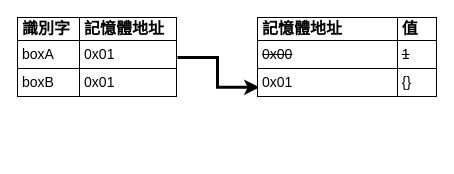
The draw.io diagram source/_drafts/iron-2020-new/draw/2-3-declare-2-4.drawio in shawnlin0201/shawnlin0201.github.io, before the edit. Source tidied: cells renumbered, new cells numbered last; positions are measured from the earlier drawing's top-left corner, leaving out a move shared by most shapes. Both pictures are drawn from the tidied source at 100%, with x=0, y=0 at pixel (17, 17).
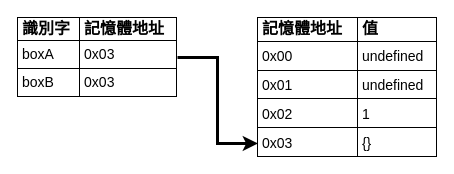
Above is the later version.

What changed in the source:
```diff
@@
 <mxGraphModel>
   <root>
     <mxCell id="0" />
     <mxCell id="1" parent="0" />
-    <mxCell id="2" style="edgeStyle=orthogonalEdgeStyle;rounded=0;jettySize=auto;html=1;exitX=1;exitY=0.5;exitDx=0;exitDy=0;strokeWidth=3;entryX=0.011;entryY=0.873;entryDx=0;entryDy=0;entryPerimeter=0;" parent="1" edge="1" source="3" target="4">
+    <mxCell id="2" style="edgeStyle=orthogonalEdgeStyle;rounded=0;jettySize=auto;html=1;exitX=1;exitY=0.5;exitDx=0;exitDy=0;entryX=0.003;entryY=0.9;entryDx=0;entryDy=0;strokeWidth=3;entryPerimeter=0;" parent="1" edge="1" source="3" target="4">
       <mxGeometry relative="1" as="geometry" />
     </mxCell>
-    <mxCell id="3" value="&lt;table cellpadding=&quot;4&quot; cellspacing=&quot;0&quot; style=&quot;width: 100% ; height: 100% ; border: 1px solid rgb(0 , 0 , 0) ; border-collapse: collapse ; font-size: 14px ; background-color: rgb(255 , 255 , 255)&quot; border=&quot;1&quot;&gt;&lt;tbody&gt;&lt;tr style=&quot;line-height: 90%&quot;&gt;&lt;th&gt;&lt;font style=&quot;font-size: 16px&quot; color=&quot;#000000&quot;&gt;識別字&lt;/font&gt;&lt;/th&gt;&lt;th&gt;&lt;font style=&quot;font-size: 16px&quot; color=&quot;#000000&quot;&gt;記憶體地址&lt;/font&gt;&lt;/th&gt;&lt;/tr&gt;&lt;tr&gt;&lt;td&gt;&lt;font style=&quot;font-size: 14px&quot; color=&quot;#000000&quot;&gt;boxA&lt;/font&gt;&lt;/td&gt;&lt;td&gt;&lt;font style=&quot;font-size: 14px&quot; color=&quot;#000000&quot;&gt;0x01&lt;/font&gt;&lt;/td&gt;&lt;/tr&gt;&lt;tr&gt;&lt;td&gt;&lt;font color=&quot;#000000&quot; style=&quot;font-size: 14px&quot;&gt;&lt;span&gt;boxB&lt;/span&gt;&lt;br&gt;&lt;/font&gt;&lt;/td&gt;&lt;td&gt;&lt;font color=&quot;#000000&quot; style=&quot;font-size: 14px&quot;&gt;0x01&lt;/font&gt;&lt;/td&gt;&lt;/tr&gt;&lt;/tbody&gt;&lt;/table&gt; " style="verticalAlign=top;align=left;overflow=fill;fontSize=15;fontFamily=正黑體;html=1;strokeWidth=3;strokeColor=none;fillColor=none;" parent="1" vertex="1">
+    <mxCell id="3" value="&lt;table cellpadding=&quot;4&quot; cellspacing=&quot;0&quot; style=&quot;width: 100% ; height: 100% ; border: 1px solid rgb(0 , 0 , 0) ; border-collapse: collapse ; font-size: 14px ; background-color: rgb(255 , 255 , 255)&quot; border=&quot;1&quot;&gt;&lt;tbody&gt;&lt;tr style=&quot;line-height: 90%&quot;&gt;&lt;th&gt;&lt;font style=&quot;font-size: 16px&quot; color=&quot;#000000&quot;&gt;識別字&lt;/font&gt;&lt;/th&gt;&lt;th&gt;&lt;font style=&quot;font-size: 16px&quot; color=&quot;#000000&quot;&gt;記憶體地址&lt;/font&gt;&lt;/th&gt;&lt;/tr&gt;&lt;tr&gt;&lt;td&gt;&lt;font style=&quot;font-size: 14px&quot; color=&quot;#000000&quot;&gt;boxA&lt;/font&gt;&lt;/td&gt;&lt;td&gt;&lt;font style=&quot;font-size: 14px&quot; color=&quot;#000000&quot;&gt;0x03&lt;/font&gt;&lt;/td&gt;&lt;/tr&gt;&lt;tr&gt;&lt;td&gt;&lt;font color=&quot;#000000&quot; style=&quot;font-size: 14px&quot;&gt;&lt;span&gt;boxB&lt;/span&gt;&lt;br&gt;&lt;/font&gt;&lt;/td&gt;&lt;td&gt;&lt;font color=&quot;#000000&quot; style=&quot;font-size: 14px&quot;&gt;0x03&lt;/font&gt;&lt;/td&gt;&lt;/tr&gt;&lt;/tbody&gt;&lt;/table&gt; " style="verticalAlign=top;align=left;overflow=fill;fontSize=15;fontFamily=正黑體;html=1;strokeWidth=3;strokeColor=none;fillColor=none;" parent="1" vertex="1">
       <mxGeometry width="160" height="80" as="geometry" />
     </mxCell>
-    <mxCell id="4" value="&lt;table cellpadding=&quot;4&quot; cellspacing=&quot;0&quot; style=&quot;width: 100% ; height: 100% ; border: 1px solid rgb(0 , 0 , 0) ; border-collapse: collapse ; background-color: rgb(255 , 255 , 255) ; font-size: 14px&quot; border=&quot;1&quot;&gt;&lt;tbody&gt;&lt;tr style=&quot;line-height: 90%&quot;&gt;&lt;th&gt;&lt;span&gt;&lt;font style=&quot;font-size: 16px&quot;&gt;記憶體地址&lt;br&gt;&lt;/font&gt;&lt;/span&gt;&lt;/th&gt;&lt;th&gt;&lt;span&gt;&lt;font style=&quot;font-size: 16px&quot;&gt;值&lt;/font&gt;&lt;/span&gt;&lt;/th&gt;&lt;/tr&gt;&lt;tr&gt;&lt;td&gt;&lt;span&gt;&lt;font style=&quot;font-size: 14px&quot;&gt;&lt;strike&gt;0x00&lt;br&gt;&lt;/strike&gt;&lt;/font&gt;&lt;/span&gt;&lt;/td&gt;&lt;td&gt;&lt;font style=&quot;font-size: 14px&quot;&gt;&lt;strike&gt;1&lt;/strike&gt;&lt;/font&gt;&lt;/td&gt;&lt;/tr&gt;&lt;tr&gt;&lt;td&gt;&lt;font style=&quot;font-size: 14px&quot;&gt;0x01&lt;/font&gt;&lt;/td&gt;&lt;td&gt;&lt;font style=&quot;font-size: 14px&quot;&gt;{}&lt;/font&gt;&lt;/td&gt;&lt;/tr&gt;&lt;/tbody&gt;&lt;/table&gt; " style="verticalAlign=top;align=left;overflow=fill;fontSize=12;fontFamily=正黑體;html=1;strokeWidth=3;fillColor=none;strokeColor=none;fontColor=#000000;" parent="1" vertex="1">
-      <mxGeometry x="240" width="180" height="80" as="geometry" />
+    <mxCell id="4" value="&lt;table cellpadding=&quot;4&quot; cellspacing=&quot;0&quot; style=&quot;width: 100% ; height: 100% ; border: 1px solid rgb(0 , 0 , 0) ; border-collapse: collapse ; background-color: rgb(255 , 255 , 255) ; font-size: 14px&quot; border=&quot;1&quot;&gt;&lt;tbody style=&quot;font-size: 16px&quot;&gt;&lt;tr style=&quot;line-height: 90%&quot;&gt;&lt;th&gt;&lt;span&gt;&lt;font style=&quot;font-size: 16px&quot;&gt;記憶體地址&lt;br&gt;&lt;/font&gt;&lt;/span&gt;&lt;/th&gt;&lt;th&gt;&lt;span&gt;&lt;font style=&quot;font-size: 16px&quot;&gt;值&lt;/font&gt;&lt;/span&gt;&lt;/th&gt;&lt;/tr&gt;&lt;tr&gt;&lt;td&gt;&lt;span&gt;&lt;font style=&quot;font-size: 14px&quot;&gt;0x00&lt;br&gt;&lt;/font&gt;&lt;/span&gt;&lt;/td&gt;&lt;td&gt;&lt;span style=&quot;font-size: 14px&quot;&gt;undefined&lt;/span&gt;&lt;/td&gt;&lt;/tr&gt;&lt;tr&gt;&lt;td&gt;&lt;font style=&quot;font-size: 14px&quot;&gt;0x01&lt;/font&gt;&lt;/td&gt;&lt;td&gt;&lt;font style=&quot;font-size: 14px&quot;&gt;undefined&lt;br&gt;&lt;/font&gt;&lt;/td&gt;&lt;/tr&gt;&lt;tr&gt;&lt;td&gt;&lt;span style=&quot;font-size: 14px&quot;&gt;0x02&lt;/span&gt;&lt;br&gt;&lt;/td&gt;&lt;td&gt;&lt;span style=&quot;font-size: 14px&quot;&gt;1&lt;/span&gt;&lt;/td&gt;&lt;/tr&gt;&lt;tr&gt;&lt;td&gt;&lt;span style=&quot;font-size: 14px&quot;&gt;0x03&lt;/span&gt;&lt;br&gt;&lt;/td&gt;&lt;td&gt;&lt;span style=&quot;font-size: 14px&quot;&gt;{}&lt;/span&gt;&lt;/td&gt;&lt;/tr&gt;&lt;/tbody&gt;&lt;/table&gt; " style="verticalAlign=top;align=left;overflow=fill;fontSize=12;fontFamily=正黑體;html=1;strokeWidth=3;fillColor=none;strokeColor=none;fontColor=#000000;" parent="1" vertex="1">
+      <mxGeometry x="240" width="180" height="140" as="geometry" />
     </mxCell>
   </root>
 </mxGraphModel>
```
